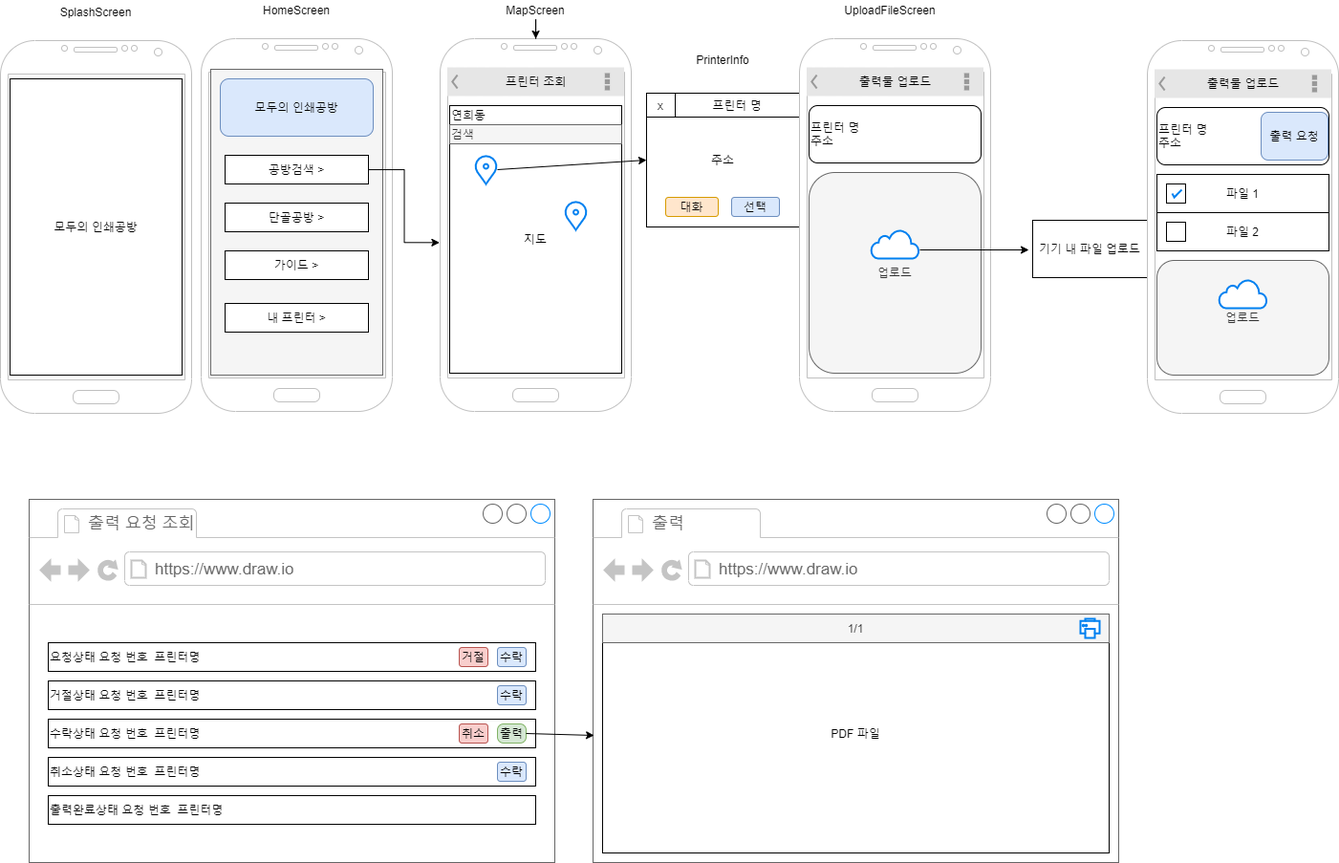
chungkang/whose_printer keeps this draw.io diagram as mock_up.png. Above is the earlier version. Source tidied: cells renumbered, new cells last; positions are measured from the earlier drawing's top-left corner, leaving out a move shared by most shapes.
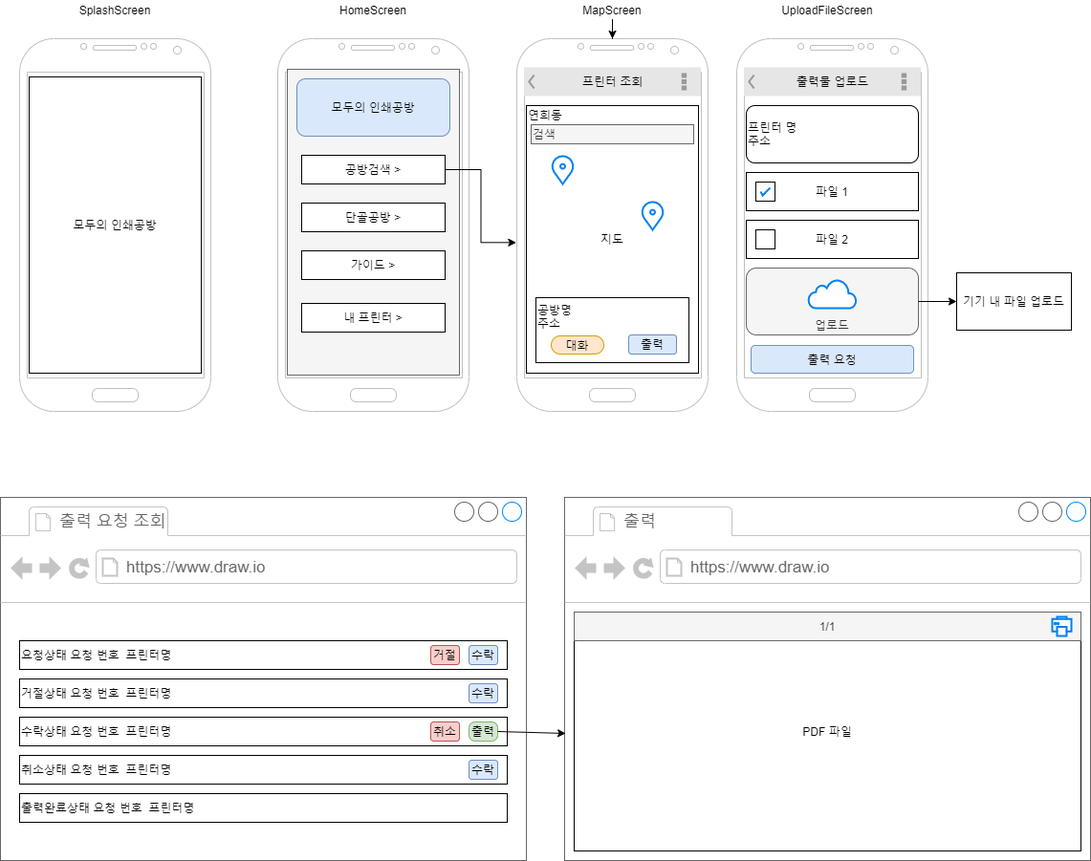
The same diagram one commit later.

Change to the diagram source:
```diff
@@ -2,91 +2,65 @@
   <root>
     <mxCell id="0" />
     <mxCell id="1" parent="0" />
+    <mxCell id="24" value="파일 2" style="rounded=0;whiteSpace=wrap;html=1;" parent="1" vertex="1">
+      <mxGeometry x="810" y="232" width="180" height="40" as="geometry" />
+    </mxCell>
+    <mxCell id="28" style="rounded=0;whiteSpace=wrap;html=1;align=left;" parent="1" vertex="1">
+      <mxGeometry x="820" y="242" width="20" height="20" as="geometry" />
+    </mxCell>
     <mxCell id="2" style="verticalLabelPosition=bottom;verticalAlign=top;html=1;shadow=0;dashed=0;strokeWidth=1;shape=mxgraph.android.phone2;strokeColor=#c0c0c0;" parent="1" vertex="1">
-      <mxGeometry x="460" y="40" width="200" height="390" as="geometry" />
+      <mxGeometry x="570" y="42" width="200" height="390" as="geometry" />
     </mxCell>
     <mxCell id="3" value="지도" style="rounded=0;whiteSpace=wrap;html=1;" parent="1" vertex="1">
-      <mxGeometry x="470" y="110" width="180" height="280" as="geometry" />
+      <mxGeometry x="580" y="112" width="180" height="280" as="geometry" />
     </mxCell>
     <mxCell id="4" value="프린터 조회" style="strokeWidth=1;html=1;shadow=0;dashed=0;shape=mxgraph.android.action_bar;fillColor=#E6E6E6;strokeColor=#c0c0c0;strokeWidth=2;" parent="1" vertex="1">
-      <mxGeometry x="467.5" y="70" width="185" height="30" as="geometry" />
+      <mxGeometry x="577.5" y="72" width="185" height="30" as="geometry" />
     </mxCell>
     <mxCell id="5" style="html=1;verticalLabelPosition=bottom;align=center;labelBackgroundColor=#ffffff;verticalAlign=top;strokeWidth=2;strokeColor=#0080F0;shadow=0;dashed=0;shape=mxgraph.ios7.icons.location;" parent="1" vertex="1">
-      <mxGeometry x="496" y="162" width="24" height="30" as="geometry" />
+      <mxGeometry x="606" y="164" width="24" height="30" as="geometry" />
     </mxCell>
     <mxCell id="6" style="html=1;verticalLabelPosition=bottom;align=center;labelBackgroundColor=#ffffff;verticalAlign=top;strokeWidth=2;strokeColor=#0080F0;shadow=0;dashed=0;shape=mxgraph.ios7.icons.location;" parent="1" vertex="1">
-      <mxGeometry x="590" y="210" width="24" height="30" as="geometry" />
+      <mxGeometry x="700" y="212" width="24" height="30" as="geometry" />
     </mxCell>
-    <mxCell id="7" value="&lt;div&gt;주소&lt;/div&gt;" style="rounded=0;whiteSpace=wrap;html=1;" parent="1" vertex="1">
-      <mxGeometry x="676" y="97" width="160" height="140" as="geometry" />
+    <mxCell id="7" value="&lt;div&gt;공방명&lt;/div&gt;&lt;div&gt;주소&lt;/div&gt;" style="rounded=0;whiteSpace=wrap;html=1;align=left;verticalAlign=top;" parent="1" vertex="1">
+      <mxGeometry x="590" y="313" width="160" height="68" as="geometry" />
     </mxCell>
-    <mxCell id="8" style="endArrow=classic;html=1;entryX=0;entryY=0.5;entryDx=0;entryDy=0;exitX=1;exitY=0.5;exitDx=0;exitDy=0;exitPerimeter=0;" parent="1" edge="1" source="5" target="7">
-      <mxGeometry relative="1" as="geometry" />
-    </mxCell>
-    <mxCell id="9" value="선택" style="rounded=1;whiteSpace=wrap;html=1;fillColor=#dae8fc;strokeColor=#6c8ebf;" parent="1" vertex="1">
-      <mxGeometry x="765" y="206" width="50" height="20" as="geometry" />
+    <mxCell id="9" value="출력" style="rounded=1;whiteSpace=wrap;html=1;fillColor=#dae8fc;strokeColor=#6c8ebf;" parent="1" vertex="1">
+      <mxGeometry x="687" y="352" width="50" height="20" as="geometry" />
     </mxCell>
-    <mxCell id="10" value="x" style="rounded=0;whiteSpace=wrap;html=1;" parent="1" vertex="1">
-      <mxGeometry x="676" y="97" width="30" height="25" as="geometry" />
-    </mxCell>
-    <mxCell id="11" value="프린터 명" style="rounded=0;whiteSpace=wrap;html=1;" parent="1" vertex="1">
-      <mxGeometry x="706" y="97" width="130" height="25" as="geometry" />
-    </mxCell>
     <mxCell id="12" style="verticalLabelPosition=bottom;verticalAlign=top;html=1;shadow=0;dashed=0;strokeWidth=1;shape=mxgraph.android.phone2;strokeColor=#c0c0c0;" parent="1" vertex="1">
-      <mxGeometry x="836" y="40" width="200" height="390" as="geometry" />
+      <mxGeometry x="800" y="42" width="200" height="390" as="geometry" />
     </mxCell>
     <mxCell id="13" value="출력물 업로드" style="strokeWidth=1;html=1;shadow=0;dashed=0;shape=mxgraph.android.action_bar;fillColor=#E6E6E6;strokeColor=#c0c0c0;strokeWidth=2;" parent="1" vertex="1">
-      <mxGeometry x="843.5" y="70" width="185" height="30" as="geometry" />
+      <mxGeometry x="807.5" y="72" width="185" height="30" as="geometry" />
     </mxCell>
-    <mxCell id="14" value="업로드" style="rounded=1;whiteSpace=wrap;html=1;fillColor=#f5f5f5;strokeColor=#666666;fontColor=#333333;" parent="1" vertex="1">
-      <mxGeometry x="846" y="180" width="180" height="210" as="geometry" />
+    <mxCell id="14" value="업로드" style="rounded=1;whiteSpace=wrap;html=1;fillColor=#f5f5f5;strokeColor=#666666;fontColor=#333333;verticalAlign=bottom;" parent="1" vertex="1">
+      <mxGeometry x="810" y="282" width="180" height="70" as="geometry" />
     </mxCell>
-    <mxCell id="15" style="html=1;verticalLabelPosition=bottom;align=center;labelBackgroundColor=#ffffff;verticalAlign=top;strokeWidth=2;strokeColor=#0080F0;shadow=0;dashed=0;shape=mxgraph.ios7.icons.cloud;" parent="1" vertex="1">
-      <mxGeometry x="911" y="240" width="50" height="30" as="geometry" />
-    </mxCell>
     <mxCell id="16" value="&lt;div&gt;프린터 명&lt;/div&gt;&lt;div&gt;주소&lt;br&gt;&lt;/div&gt;" style="rounded=1;whiteSpace=wrap;html=1;align=left;" parent="1" vertex="1">
-      <mxGeometry x="846" y="110" width="180" height="60" as="geometry" />
+      <mxGeometry x="810" y="112" width="180" height="60" as="geometry" />
     </mxCell>
-    <mxCell id="17" style="endArrow=classic;html=1;exitX=1.02;exitY=0.7;exitDx=0;exitDy=0;exitPerimeter=0;" parent="1" edge="1" source="15">
-      <mxGeometry relative="1" as="geometry">
-        <mxPoint x="1076" y="261" as="targetPoint" />
-      </mxGeometry>
+    <mxCell id="17" style="endArrow=classic;html=1;exitX=1;exitY=0.5;exitDx=0;exitDy=0;entryX=0;entryY=0.5;entryDx=0;entryDy=0;" parent="1" edge="1" source="14" target="18">
+      <mxGeometry relative="1" as="geometry" />
     </mxCell>
     <mxCell id="18" value="기기 내 파일 업로드" style="rounded=0;whiteSpace=wrap;html=1;" parent="1" vertex="1">
-      <mxGeometry x="1080" y="230" width="120" height="60" as="geometry" />
+      <mxGeometry x="1030" y="287" width="120" height="60" as="geometry" />
     </mxCell>
-    <mxCell id="19" style="verticalLabelPosition=bottom;verticalAlign=top;html=1;shadow=0;dashed=0;strokeWidth=1;shape=mxgraph.android.phone2;strokeColor=#c0c0c0;" parent="1" vertex="1">
-      <mxGeometry x="1200" y="42" width="200" height="390" as="geometry" />
-    </mxCell>
-    <mxCell id="20" value="출력물 업로드" style="strokeWidth=1;html=1;shadow=0;dashed=0;shape=mxgraph.android.action_bar;fillColor=#E6E6E6;strokeColor=#c0c0c0;strokeWidth=2;" parent="1" vertex="1">
-      <mxGeometry x="1207.5" y="72" width="185" height="30" as="geometry" />
-    </mxCell>
-    <mxCell id="21" value="업로드" style="rounded=1;whiteSpace=wrap;html=1;fillColor=#f5f5f5;strokeColor=#666666;fontColor=#333333;" parent="1" vertex="1">
-      <mxGeometry x="1210" y="272" width="180" height="120" as="geometry" />
-    </mxCell>
     <mxCell id="22" style="html=1;verticalLabelPosition=bottom;align=center;labelBackgroundColor=#ffffff;verticalAlign=top;strokeWidth=2;strokeColor=#0080F0;shadow=0;dashed=0;shape=mxgraph.ios7.icons.cloud;" parent="1" vertex="1">
-      <mxGeometry x="1275" y="292" width="50" height="30" as="geometry" />
+      <mxGeometry x="875" y="294" width="50" height="30" as="geometry" />
     </mxCell>
     <mxCell id="23" value="파일 1" style="rounded=0;whiteSpace=wrap;html=1;" parent="1" vertex="1">
-      <mxGeometry x="1210" y="182" width="180" height="40" as="geometry" />
+      <mxGeometry x="810" y="182" width="180" height="40" as="geometry" />
     </mxCell>
-    <mxCell id="24" value="파일 2" style="rounded=0;whiteSpace=wrap;html=1;" parent="1" vertex="1">
-      <mxGeometry x="1210" y="222" width="180" height="40" as="geometry" />
-    </mxCell>
-    <mxCell id="25" value="&lt;div&gt;프린터 명&lt;/div&gt;&lt;div&gt;주소&lt;br&gt;&lt;/div&gt;" style="rounded=1;whiteSpace=wrap;html=1;align=left;" parent="1" vertex="1">
-      <mxGeometry x="1210" y="112" width="180" height="60" as="geometry" />
-    </mxCell>
     <mxCell id="26" value="출력 요청" style="rounded=1;whiteSpace=wrap;html=1;fillColor=#dae8fc;strokeColor=#6c8ebf;" parent="1" vertex="1">
-      <mxGeometry x="1319" y="117" width="70" height="50" as="geometry" />
+      <mxGeometry x="815" y="363" width="170" height="29" as="geometry" />
     </mxCell>
     <mxCell id="27" style="rounded=0;whiteSpace=wrap;html=1;align=left;" parent="1" vertex="1">
-      <mxGeometry x="1220" y="192" width="20" height="20" as="geometry" />
+      <mxGeometry x="820" y="192" width="20" height="20" as="geometry" />
     </mxCell>
-    <mxCell id="28" style="rounded=0;whiteSpace=wrap;html=1;align=left;" parent="1" vertex="1">
-      <mxGeometry x="1220" y="232" width="20" height="20" as="geometry" />
-    </mxCell>
     <mxCell id="29" style="html=1;verticalLabelPosition=bottom;labelBackgroundColor=#ffffff;verticalAlign=top;shadow=0;dashed=0;strokeWidth=2;shape=mxgraph.ios7.misc.check;strokeColor=#0080f0;" parent="1" vertex="1">
-      <mxGeometry x="1226" y="198" width="10" height="8" as="geometry" />
+      <mxGeometry x="825" y="198" width="10" height="8" as="geometry" />
     </mxCell>
     <mxCell id="30" style="strokeWidth=1;shadow=0;dashed=0;align=center;html=1;shape=mxgraph.mockup.containers.browserWindow;rSize=0;strokeColor=#666666;strokeColor2=#008cff;strokeColor3=#c4c4c4;mainText=,;" parent="1" vertex="1">
       <mxGeometry x="30" y="522" width="550" height="380" as="geometry" />
@@ -151,62 +125,59 @@
     <mxCell id="50" style="endArrow=classic;html=1;exitX=1;exitY=0.5;exitDx=0;exitDy=0;entryX=0.002;entryY=0.65;entryDx=0;entryDy=0;entryPerimeter=0;" parent="1" edge="1" source="37" target="44">
       <mxGeometry relative="1" as="geometry" />
     </mxCell>
-    <mxCell id="51" value="대화" style="rounded=1;whiteSpace=wrap;html=1;fillColor=#ffe6cc;strokeColor=#d79b00;" parent="1" vertex="1">
-      <mxGeometry x="696" y="206" width="55" height="20" as="geometry" />
+    <mxCell id="51" value="대화" style="rounded=1;whiteSpace=wrap;html=1;fillColor=#ffe6cc;strokeColor=#d79b00;arcSize=50;" parent="1" vertex="1">
+      <mxGeometry x="606" y="353" width="55" height="19" as="geometry" />
     </mxCell>
     <mxCell id="52" style="edgeStyle=orthogonalEdgeStyle;rounded=0;jettySize=auto;html=1;" parent="1" edge="1" source="53" target="2">
       <mxGeometry relative="1" as="geometry" />
     </mxCell>
     <mxCell id="53" value="MapScreen" style="text;html=1;strokeColor=none;fillColor=none;align=center;verticalAlign=middle;whiteSpace=wrap;rounded=0;" parent="1" vertex="1">
-      <mxGeometry x="540" width="40" height="20" as="geometry" />
+      <mxGeometry x="650" y="2" width="40" height="20" as="geometry" />
     </mxCell>
     <mxCell id="54" value="&lt;div&gt;UploadFileScreen&lt;/div&gt;" style="text;html=1;strokeColor=none;fillColor=none;align=center;verticalAlign=middle;whiteSpace=wrap;rounded=0;" parent="1" vertex="1">
-      <mxGeometry x="911" width="40" height="20" as="geometry" />
+      <mxGeometry x="875" y="2" width="40" height="20" as="geometry" />
     </mxCell>
-    <mxCell id="55" value="PrinterInfo" style="text;html=1;strokeColor=none;fillColor=none;align=center;verticalAlign=middle;whiteSpace=wrap;rounded=0;" parent="1" vertex="1">
-      <mxGeometry x="736" y="52" width="40" height="20" as="geometry" />
-    </mxCell>
     <mxCell id="56" style="verticalLabelPosition=bottom;verticalAlign=top;html=1;shadow=0;dashed=0;strokeWidth=1;shape=mxgraph.android.phone2;strokeColor=#c0c0c0;" parent="1" vertex="1">
-      <mxGeometry y="42" width="200" height="390" as="geometry" />
+      <mxGeometry x="50" y="42" width="200" height="390" as="geometry" />
     </mxCell>
     <mxCell id="57" value="SplashScreen" style="text;html=1;strokeColor=none;fillColor=none;align=center;verticalAlign=middle;whiteSpace=wrap;rounded=0;" parent="1" vertex="1">
-      <mxGeometry x="80" y="2" width="40" height="20" as="geometry" />
+      <mxGeometry x="130" y="2" width="40" height="20" as="geometry" />
     </mxCell>
     <mxCell id="58" value="모두의 인쇄공방" style="rounded=0;whiteSpace=wrap;html=1;" parent="1" vertex="1">
-      <mxGeometry x="10" y="82" width="180" height="310" as="geometry" />
+      <mxGeometry x="60" y="82" width="180" height="310" as="geometry" />
     </mxCell>
     <mxCell id="59" style="verticalLabelPosition=bottom;verticalAlign=top;html=1;shadow=0;dashed=0;strokeWidth=1;shape=mxgraph.android.phone2;strokeColor=#c0c0c0;" parent="1" vertex="1">
-      <mxGeometry x="210" y="40" width="200" height="390" as="geometry" />
+      <mxGeometry x="320" y="42" width="200" height="390" as="geometry" />
     </mxCell>
     <mxCell id="60" style="rounded=0;whiteSpace=wrap;html=1;fillColor=#f5f5f5;strokeColor=#666666;fontColor=#333333;" parent="1" vertex="1">
-      <mxGeometry x="220" y="72" width="180" height="320" as="geometry" />
+      <mxGeometry x="330" y="74" width="180" height="320" as="geometry" />
     </mxCell>
     <mxCell id="61" value="HomeScreen" style="text;html=1;strokeColor=none;fillColor=none;align=center;verticalAlign=middle;whiteSpace=wrap;rounded=0;" parent="1" vertex="1">
-      <mxGeometry x="290" width="40" height="20" as="geometry" />
+      <mxGeometry x="400" y="2" width="40" height="20" as="geometry" />
     </mxCell>
     <mxCell id="62" value="모두의 인쇄공방" style="rounded=1;whiteSpace=wrap;html=1;fillColor=#dae8fc;strokeColor=#6c8ebf;" parent="1" vertex="1">
-      <mxGeometry x="230" y="82" width="160" height="60" as="geometry" />
+      <mxGeometry x="340" y="84" width="160" height="60" as="geometry" />
     </mxCell>
     <mxCell id="63" style="edgeStyle=orthogonalEdgeStyle;rounded=0;jettySize=auto;html=1;entryX=-0.003;entryY=0.547;entryDx=0;entryDy=0;entryPerimeter=0;" parent="1" edge="1" source="64" target="2">
       <mxGeometry relative="1" as="geometry" />
     </mxCell>
     <mxCell id="64" value="공방검색 &amp;gt;" style="rounded=0;whiteSpace=wrap;html=1;" parent="1" vertex="1">
-      <mxGeometry x="235" y="162" width="150" height="30" as="geometry" />
+      <mxGeometry x="345" y="164" width="150" height="30" as="geometry" />
     </mxCell>
     <mxCell id="65" value="단골공방 &amp;gt;" style="rounded=0;whiteSpace=wrap;html=1;" parent="1" vertex="1">
-      <mxGeometry x="235" y="212" width="150" height="30" as="geometry" />
+      <mxGeometry x="345" y="214" width="150" height="30" as="geometry" />
     </mxCell>
     <mxCell id="66" value="가이드 &amp;gt;" style="rounded=0;whiteSpace=wrap;html=1;" parent="1" vertex="1">
-      <mxGeometry x="235" y="262" width="150" height="30" as="geometry" />
+      <mxGeometry x="345" y="264" width="150" height="30" as="geometry" />
     </mxCell>
     <mxCell id="67" value="내 프린터 &amp;gt;" style="rounded=0;whiteSpace=wrap;html=1;" parent="1" vertex="1">
-      <mxGeometry x="235" y="317" width="150" height="30" as="geometry" />
+      <mxGeometry x="345" y="319" width="150" height="30" as="geometry" />
     </mxCell>
     <mxCell id="68" value="검색" style="rounded=0;whiteSpace=wrap;html=1;align=left;fillColor=#f5f5f5;strokeColor=#666666;fontColor=#333333;" parent="1" vertex="1">
-      <mxGeometry x="470" y="130" width="180" height="20" as="geometry" />
+      <mxGeometry x="585" y="132" width="170" height="20" as="geometry" />
     </mxCell>
     <mxCell id="69" value="연희동" style="text;html=1;strokeColor=none;fillColor=none;align=center;verticalAlign=middle;whiteSpace=wrap;rounded=0;" parent="1" vertex="1">
-      <mxGeometry x="470" y="110" width="40" height="20" as="geometry" />
+      <mxGeometry x="580" y="112" width="40" height="20" as="geometry" />
     </mxCell>
   </root>
 </mxGraphModel>
```
